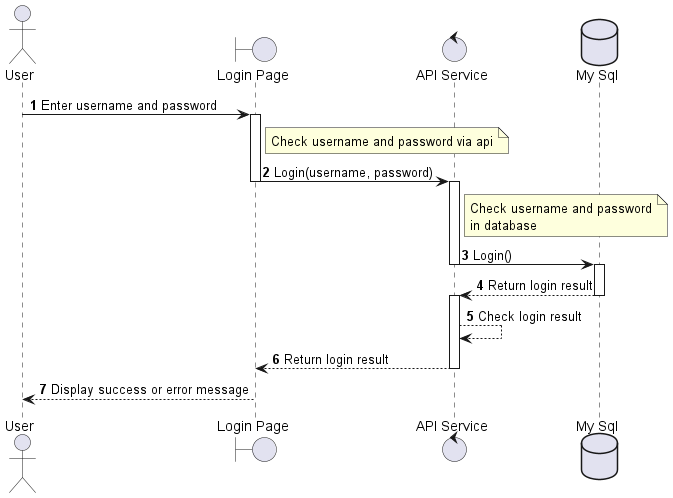
The PlantUML diagram out/sequenceDiagram_Login/SequenceDiagram_Login.png in Fitranda/Diagram, before a commit. The source it was exported from:
```plantuml
@startuml SequenceDiagram_Login
actor User
boundary "Login Page" as LoginPage
control "API Service" as APIService
database "My Sql" as DB

autonumber
User -> LoginPage --++ : Enter username and password
note right of LoginPage: Check username and password via api
LoginPage -> APIService --++ : Login(username, password)
note right of APIService: Check username and password\nin database
APIService -> DB --++ : Login()
DB --> APIService --++ : Return login result
APIService --> APIService: Check login result
APIService --> LoginPage -- : Return login result
LoginPage --> User: Display success or error message
@enduml
```
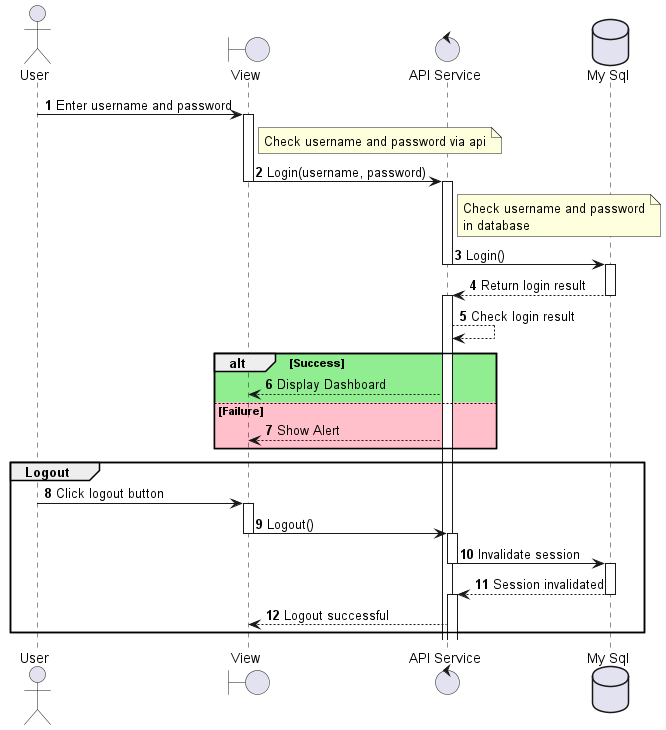
Later version of the same file.

The edit, as a diff of the source:
```diff
@@ -1,17 +1,28 @@
 @startuml SequenceDiagram_Login
 actor User
-boundary "Login Page" as LoginPage
+boundary "View" as View
 control "API Service" as APIService
 database "My Sql" as DB
 
 autonumber
-User -> LoginPage --++ : Enter username and password
-note right of LoginPage: Check username and password via api
-LoginPage -> APIService --++ : Login(username, password)
+User -> View --++ : Enter username and password
+note right of View: Check username and password via api
+View -> APIService --++ : Login(username, password)
 note right of APIService: Check username and password\nin database
 APIService -> DB --++ : Login()
 DB --> APIService --++ : Return login result
 APIService --> APIService: Check login result
-APIService --> LoginPage -- : Return login result
-LoginPage --> User: Display success or error message
+alt #LightGreen Success
+    APIService --> View: Display Dashboard
+else #Pink Failure
+    APIService --> View: Show Alert
+end
+
+group Logout
+    User -> View --++ : Click logout button
+    View -> APIService --++ : Logout()
+    APIService -> DB --++ : Invalidate session
+    DB --> APIService --++ : Session invalidated
+    APIService --> View: Logout successful
+end
 @enduml
```
